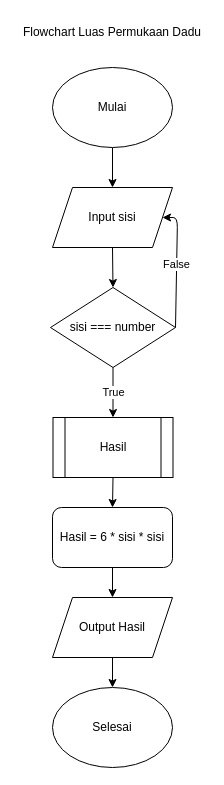
This is page "Flowchart Luas permukaan dadu" (1 of 2) of tugas5.drawio from wisnu318/fwg17-computer-science, a draw.io file, before an edit. Source tidied: cells renumbered, new cells numbered last; positions are measured from the earlier drawing's top-left corner, leaving out a move shared by most shapes. Both pictures are drawn from the tidied source at 100%, with x=0, y=0 at pixel (17, 17).
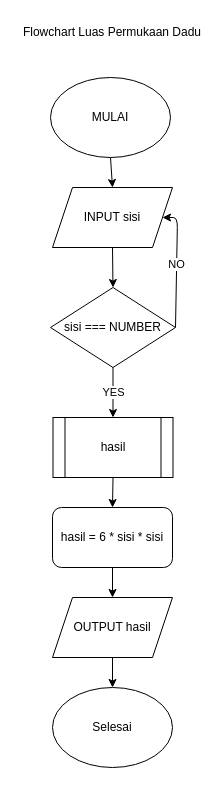
After the change.

Change to the diagram source:
```diff
@@
 <mxGraphModel>
   <root>
     <mxCell id="0" />
     <mxCell id="1" parent="0" />
     <mxCell id="2" value="Flowchart Luas Permukaan Dadu" style="text;html=1;strokeColor=none;fillColor=none;align=center;verticalAlign=middle;whiteSpace=wrap;rounded=0;" parent="1" vertex="1">
       <mxGeometry width="190" height="30" as="geometry" />
     </mxCell>
     <mxCell id="3" style="edgeStyle=none;html=1;exitX=0.5;exitY=1;exitDx=0;exitDy=0;entryX=0.5;entryY=0;entryDx=0;entryDy=0;" parent="1" edge="1" source="4" target="7">
       <mxGeometry relative="1" as="geometry" />
     </mxCell>
-    <mxCell id="4" value="Mulai" style="ellipse;whiteSpace=wrap;html=1;" parent="1" vertex="1">
-      <mxGeometry x="35" y="50" width="120" height="80" as="geometry" />
+    <mxCell id="4" value="MULAI" style="ellipse;whiteSpace=wrap;html=1;" parent="1" vertex="1">
+      <mxGeometry x="33" y="60" width="120" height="80" as="geometry" />
     </mxCell>
     <mxCell id="5" value="Selesai" style="ellipse;whiteSpace=wrap;html=1;" parent="1" vertex="1">
       <mxGeometry x="35" y="670" width="120" height="80" as="geometry" />
     </mxCell>
     <mxCell id="6" style="edgeStyle=none;html=1;exitX=0.5;exitY=1;exitDx=0;exitDy=0;entryX=0.5;entryY=0;entryDx=0;entryDy=0;" parent="1" edge="1" source="7" target="12">
       <mxGeometry relative="1" as="geometry" />
     </mxCell>
-    <mxCell id="7" value="Input sisi" style="shape=parallelogram;perimeter=parallelogramPerimeter;whiteSpace=wrap;html=1;fixedSize=1;" parent="1" vertex="1">
+    <mxCell id="7" value="INPUT sisi" style="shape=parallelogram;perimeter=parallelogramPerimeter;whiteSpace=wrap;html=1;fixedSize=1;" parent="1" vertex="1">
       <mxGeometry x="35" y="170" width="120" height="60" as="geometry" />
     </mxCell>
     <mxCell id="8" style="edgeStyle=none;html=1;exitX=0.5;exitY=1;exitDx=0;exitDy=0;entryX=0.5;entryY=0;entryDx=0;entryDy=0;" parent="1" edge="1" source="9" target="5">
       <mxGeometry relative="1" as="geometry" />
     </mxCell>
-    <mxCell id="9" value="Output Hasil" style="shape=parallelogram;perimeter=parallelogramPerimeter;whiteSpace=wrap;html=1;fixedSize=1;" parent="1" vertex="1">
+    <mxCell id="9" value="OUTPUT hasil" style="shape=parallelogram;perimeter=parallelogramPerimeter;whiteSpace=wrap;html=1;fixedSize=1;" parent="1" vertex="1">
       <mxGeometry x="35" y="580" width="120" height="60" as="geometry" />
     </mxCell>
-    <mxCell id="10" value="False" style="edgeStyle=none;html=1;exitX=1;exitY=0.5;exitDx=0;exitDy=0;entryX=1;entryY=0.5;entryDx=0;entryDy=0;" parent="1" edge="1" source="12" target="7">
-      <mxGeometry relative="1" as="geometry">
+    <mxCell id="10" value="NO" style="edgeStyle=none;html=1;exitX=1;exitY=0.5;exitDx=0;exitDy=0;entryX=1;entryY=0.5;entryDx=0;entryDy=0;" parent="1" edge="1" source="12" target="7">
+      <mxGeometry x="0.01" relative="1" as="geometry">
         <Array as="points">
           <mxPoint x="160" y="200" />
         </Array>
       </mxGeometry>
     </mxCell>
-    <mxCell id="11" value="True" style="edgeStyle=none;html=1;exitX=0.5;exitY=1;exitDx=0;exitDy=0;entryX=0.5;entryY=0;entryDx=0;entryDy=0;" parent="1" edge="1" source="12" target="14">
+    <mxCell id="11" value="YES" style="edgeStyle=none;html=1;exitX=0.5;exitY=1;exitDx=0;exitDy=0;entryX=0.5;entryY=0;entryDx=0;entryDy=0;" parent="1" edge="1" source="12" target="14">
       <mxGeometry relative="1" as="geometry" />
     </mxCell>
-    <mxCell id="12" value="sisi === number" style="rhombus;whiteSpace=wrap;html=1;" parent="1" vertex="1">
+    <mxCell id="12" value="sisi === NUMBER" style="rhombus;whiteSpace=wrap;html=1;" parent="1" vertex="1">
       <mxGeometry x="33" y="270" width="125" height="80" as="geometry" />
     </mxCell>
     <mxCell id="13" style="edgeStyle=none;html=1;exitX=0.5;exitY=1;exitDx=0;exitDy=0;entryX=0.5;entryY=0;entryDx=0;entryDy=0;" parent="1" edge="1" source="14" target="16">
       <mxGeometry relative="1" as="geometry" />
     </mxCell>
-    <mxCell id="14" value="Hasil" style="shape=process;whiteSpace=wrap;html=1;backgroundOutline=1;" parent="1" vertex="1">
+    <mxCell id="14" value="hasil" style="shape=process;whiteSpace=wrap;html=1;backgroundOutline=1;" parent="1" vertex="1">
       <mxGeometry x="35.5" y="400" width="120" height="60" as="geometry" />
     </mxCell>
     <mxCell id="15" style="edgeStyle=none;html=1;exitX=0.5;exitY=1;exitDx=0;exitDy=0;entryX=0.5;entryY=0;entryDx=0;entryDy=0;" parent="1" edge="1" source="16" target="9">
       <mxGeometry relative="1" as="geometry" />
     </mxCell>
-    <mxCell id="16" value="Hasil = 6 * sisi * sisi" style="rounded=1;whiteSpace=wrap;html=1;" parent="1" vertex="1">
+    <mxCell id="16" value="hasil = 6 * sisi * sisi" style="rounded=1;whiteSpace=wrap;html=1;" parent="1" vertex="1">
       <mxGeometry x="35" y="490" width="120" height="60" as="geometry" />
     </mxCell>
   </root>
 </mxGraphModel>
```
